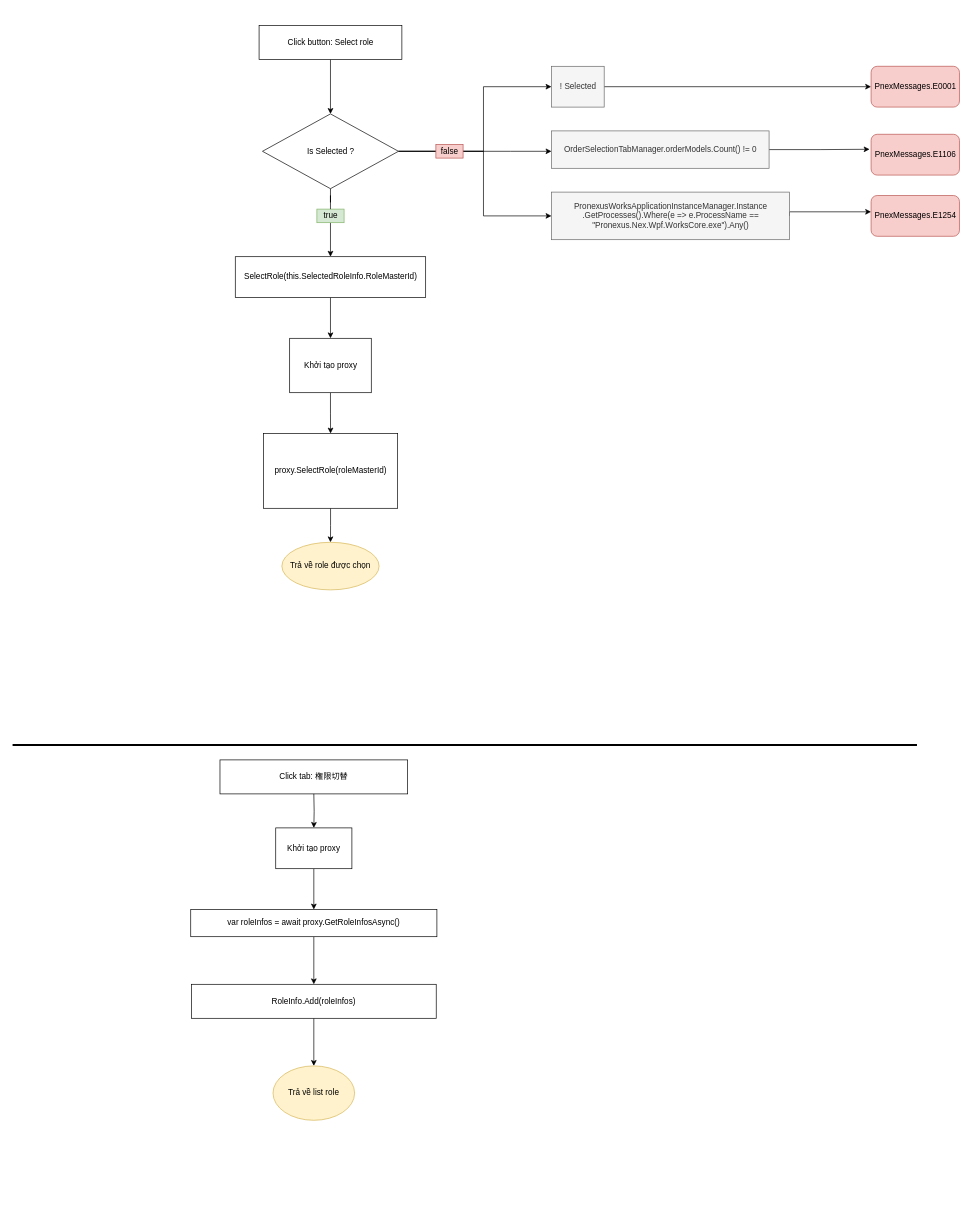
Before: page "Client" (2 of 3) of Untitled Diagram.drawio in LikWiKi/CSharpBasic_NTQ, a draw.io diagram. Source tidied: cells renumbered, new cells numbered last; positions are measured from the earlier drawing's top-left corner, leaving out a move shared by most shapes. Both pictures are drawn from the tidied source at 68%, with x=0, y=0 at pixel (12, 25).
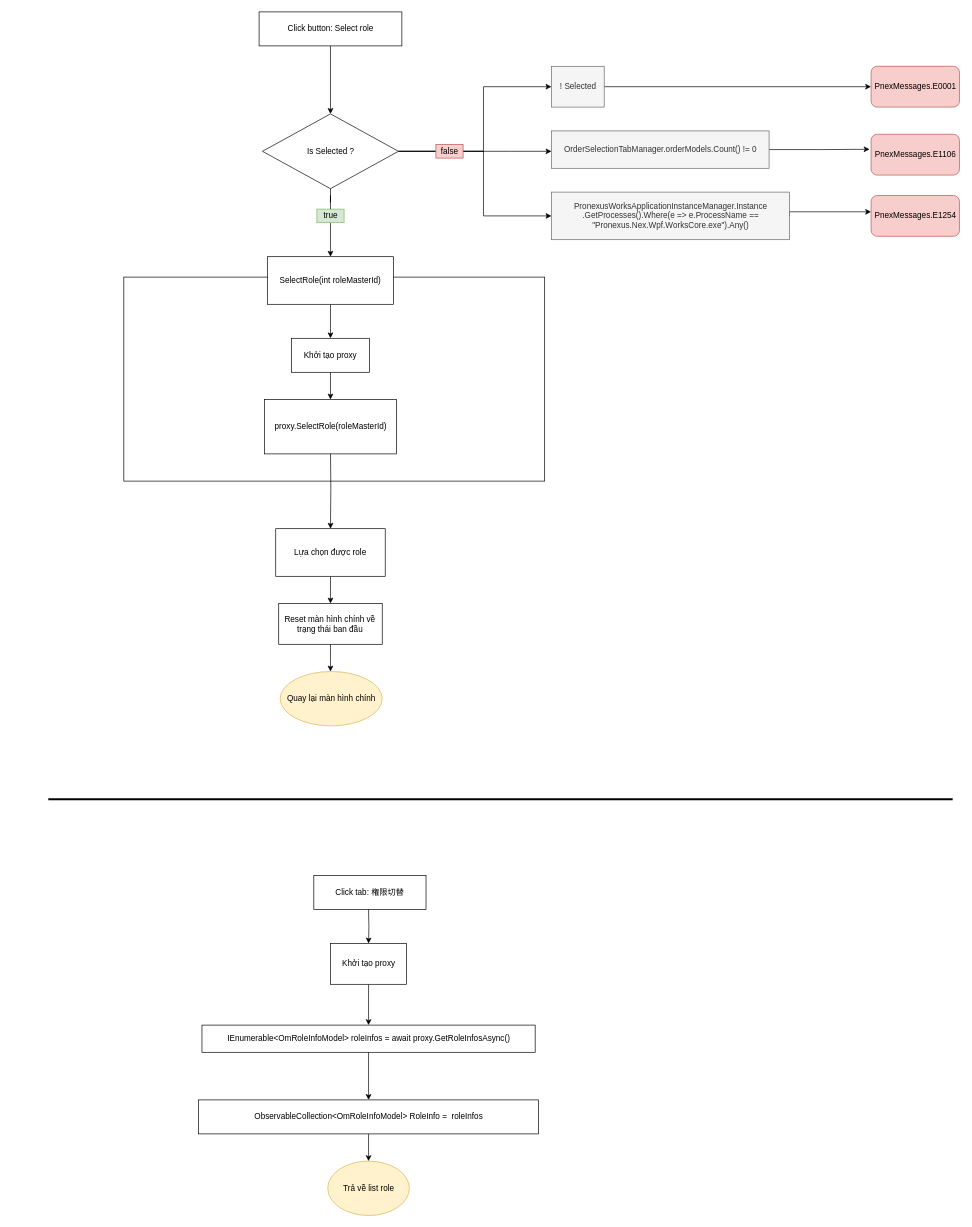
After the change.

The edit, as a diff of the source:
```diff
@@
+    <mxCell id="38" style="rounded=0;whiteSpace=wrap;html=1;" parent="1" vertex="1">
+      <mxGeometry x="163.6" y="370" width="618.9" height="300" as="geometry" />
+    </mxCell>
@@
     <mxCell id="3" value="Click button: Select role" style="rounded=0;whiteSpace=wrap;html=1;" parent="1" vertex="1">
-      <mxGeometry x="362.5" width="210" height="50" as="geometry" />
+      <mxGeometry x="362.5" y="-20" width="210" height="50" as="geometry" />
     </mxCell>
@@
-    <mxCell id="10" value="SelectRole(this.SelectedRoleInfo.RoleMasterId)" style="rounded=0;whiteSpace=wrap;html=1;" parent="1" vertex="1">
-      <mxGeometry x="327.5" y="340" width="280" height="60" as="geometry" />
+    <mxCell id="10" value="SelectRole(int roleMasterId)" style="rounded=0;whiteSpace=wrap;html=1;" parent="1" vertex="1">
+      <mxGeometry x="375" y="340" width="185" height="70" as="geometry" />
     </mxCell>
@@
     <mxCell id="24" value="Khởi tạo proxy" style="rounded=0;whiteSpace=wrap;html=1;" parent="1" vertex="1">
-      <mxGeometry x="407.5" y="460" width="120" height="80" as="geometry" />
+      <mxGeometry x="410" y="460" width="115" height="50" as="geometry" />
     </mxCell>
-    <mxCell id="25" style="edgeStyle=orthogonalEdgeStyle;rounded=0;jettySize=auto;html=1;" parent="1" edge="1" source="26" target="35">
-      <mxGeometry relative="1" as="geometry" />
+    <mxCell id="25" style="edgeStyle=orthogonalEdgeStyle;rounded=0;jettySize=auto;html=1;entryX=0.5;entryY=0;entryDx=0;entryDy=0;" parent="1" edge="1" target="43">
+      <mxGeometry relative="1" as="geometry">
+        <mxPoint x="467.5" y="620" as="sourcePoint" />
+      </mxGeometry>
     </mxCell>
     <mxCell id="26" value="proxy.SelectRole(roleMasterId)" style="rounded=0;whiteSpace=wrap;html=1;" parent="1" vertex="1">
-      <mxGeometry x="368.8" y="600" width="197.5" height="110" as="geometry" />
+      <mxGeometry x="370.6" y="550" width="193.8" height="80" as="geometry" />
     </mxCell>
     <mxCell id="27" value="Click tab:&amp;nbsp;権限切替" style="rounded=0;whiteSpace=wrap;html=1;" parent="1" vertex="1">
-      <mxGeometry x="305" y="1080" width="276" height="50" as="geometry" />
+      <mxGeometry x="443" y="1250" width="165" height="50" as="geometry" />
     </mxCell>
     <mxCell id="28" style="edgeStyle=orthogonalEdgeStyle;rounded=0;jettySize=auto;html=1;" parent="1" edge="1" target="30">
       <mxGeometry relative="1" as="geometry">
-        <mxPoint x="443" y="1130" as="sourcePoint" />
+        <mxPoint x="523.5" y="1300" as="sourcePoint" />
       </mxGeometry>
     </mxCell>
@@
     <mxCell id="30" value="Khởi tạo proxy" style="rounded=0;whiteSpace=wrap;html=1;" parent="1" vertex="1">
-      <mxGeometry x="387" y="1180" width="112" height="60" as="geometry" />
+      <mxGeometry x="467.5" y="1350" width="112" height="60" as="geometry" />
     </mxCell>
-    <mxCell id="31" style="edgeStyle=orthogonalEdgeStyle;rounded=0;jettySize=auto;html=1;" parent="1" edge="1" source="32" target="34">
-      <mxGeometry relative="1" as="geometry" />
-    </mxCell>
+    <mxCell id="39" style="edgeStyle=orthogonalEdgeStyle;rounded=0;jettySize=auto;html=1;strokeWidth=1;" parent="1" edge="1" source="32" target="46">
+      <mxGeometry relative="1" as="geometry" />
+    </mxCell>
-    <mxCell id="32" value="var roleInfos = await proxy.GetRoleInfosAsync()" style="rounded=0;whiteSpace=wrap;html=1;" parent="1" vertex="1">
-      <mxGeometry x="262" y="1300" width="362" height="40" as="geometry" />
+    <mxCell id="32" value="IEnumerable&amp;lt;OmRoleInfoModel&amp;gt; roleInfos = await proxy.GetRoleInfosAsync()" style="rounded=0;whiteSpace=wrap;html=1;" parent="1" vertex="1">
+      <mxGeometry x="278.5" y="1470" width="490" height="40" as="geometry" />
     </mxCell>
-    <mxCell id="33" style="edgeStyle=orthogonalEdgeStyle;rounded=0;jettySize=auto;html=1;" parent="1" edge="1" source="34" target="36">
-      <mxGeometry relative="1" as="geometry" />
-    </mxCell>
-    <mxCell id="34" value="RoleInfo.Add(roleInfos)" style="rounded=0;whiteSpace=wrap;html=1;" parent="1" vertex="1">
-      <mxGeometry x="263" y="1410" width="360" height="50" as="geometry" />
-    </mxCell>
-    <mxCell id="35" value="Trả về role được chọn" style="ellipse;whiteSpace=wrap;html=1;fillColor=#fff2cc;strokeColor=#d6b656;" parent="1" vertex="1">
-      <mxGeometry x="396" y="760" width="143" height="70" as="geometry" />
-    </mxCell>
     <mxCell id="36" value="Trả về list role" style="ellipse;whiteSpace=wrap;html=1;fillColor=#fff2cc;strokeColor=#d6b656;" parent="1" vertex="1">
-      <mxGeometry x="383" y="1530" width="120" height="80" as="geometry" />
+      <mxGeometry x="463.5" y="1670" width="120" height="80" as="geometry" />
     </mxCell>
     <mxCell id="37" style="endArrow=none;html=1;rounded=0;strokeWidth=3;" parent="1" edge="1">
       <mxGeometry relative="1" as="geometry">
-        <mxPoint y="1058" as="sourcePoint" />
-        <mxPoint x="1330" y="1058" as="targetPoint" />
+        <mxPoint x="52.5" y="1138" as="sourcePoint" />
+        <mxPoint x="1382.5" y="1138" as="targetPoint" />
       </mxGeometry>
     </mxCell>
+    <mxCell id="40" style="edgeStyle=orthogonalEdgeStyle;rounded=0;jettySize=auto;html=1;" parent="1" edge="1" source="41">
+      <mxGeometry relative="1" as="geometry">
+        <mxPoint x="467.5" y="950" as="targetPoint" />
+      </mxGeometry>
+    </mxCell>
+    <mxCell id="41" value="Reset màn hình chính về trạng thái ban đầu" style="rounded=0;whiteSpace=wrap;html=1;" parent="1" vertex="1">
+      <mxGeometry x="391.4" y="850" width="152.2" height="60" as="geometry" />
+    </mxCell>
+    <mxCell id="42" style="edgeStyle=orthogonalEdgeStyle;rounded=0;jettySize=auto;html=1;strokeWidth=1;" parent="1" edge="1" source="43" target="41">
+      <mxGeometry relative="1" as="geometry" />
+    </mxCell>
+    <mxCell id="43" value="Lựa chọn được role" style="rounded=0;whiteSpace=wrap;html=1;" parent="1" vertex="1">
+      <mxGeometry x="387" y="740" width="161" height="70" as="geometry" />
+    </mxCell>
+    <mxCell id="44" value="Quay lại màn hình chính" style="ellipse;whiteSpace=wrap;html=1;fillColor=#fff2cc;strokeColor=#d6b656;" parent="1" vertex="1">
+      <mxGeometry x="393.6" y="950" width="150" height="80" as="geometry" />
+    </mxCell>
+    <mxCell id="45" style="edgeStyle=orthogonalEdgeStyle;rounded=0;jettySize=auto;html=1;strokeWidth=1;" parent="1" edge="1" source="46" target="36">
+      <mxGeometry relative="1" as="geometry" />
+    </mxCell>
+    <mxCell id="46" value="ObservableCollection&amp;lt;OmRoleInfoModel&amp;gt; RoleInfo =&amp;nbsp; roleInfos" style="rounded=0;whiteSpace=wrap;html=1;" parent="1" vertex="1">
+      <mxGeometry x="273.5" y="1580" width="500" height="50" as="geometry" />
+    </mxCell>
```
